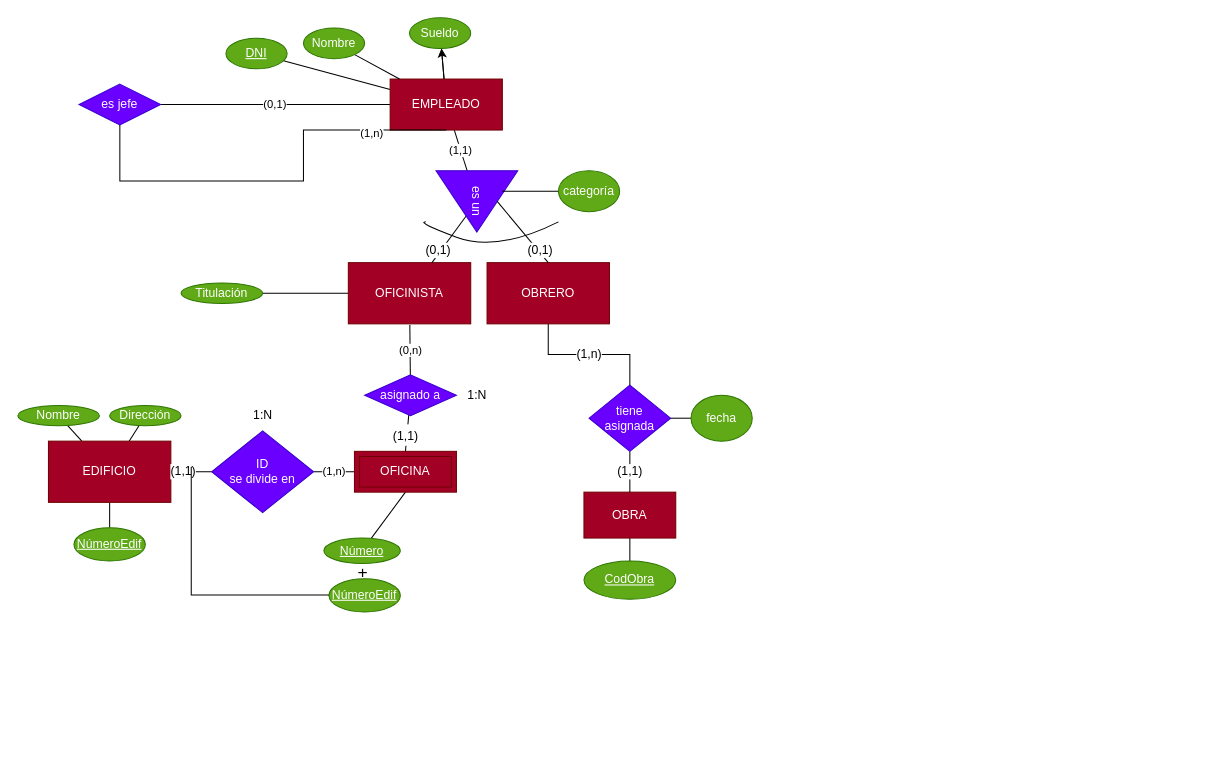
Above: page "Ejercicio 10" (3 of 3) of Ejercicio8-9-10.drawio in antonionavarro04/diagramas (draw.io), before the change. Source tidied: cells renumbered, new cells numbered last; positions are measured from the earlier drawing's top-left corner, leaving out a move shared by most shapes. Both pictures are drawn from the tidied source at 102%, with x=0, y=0 at pixel (17, 17).
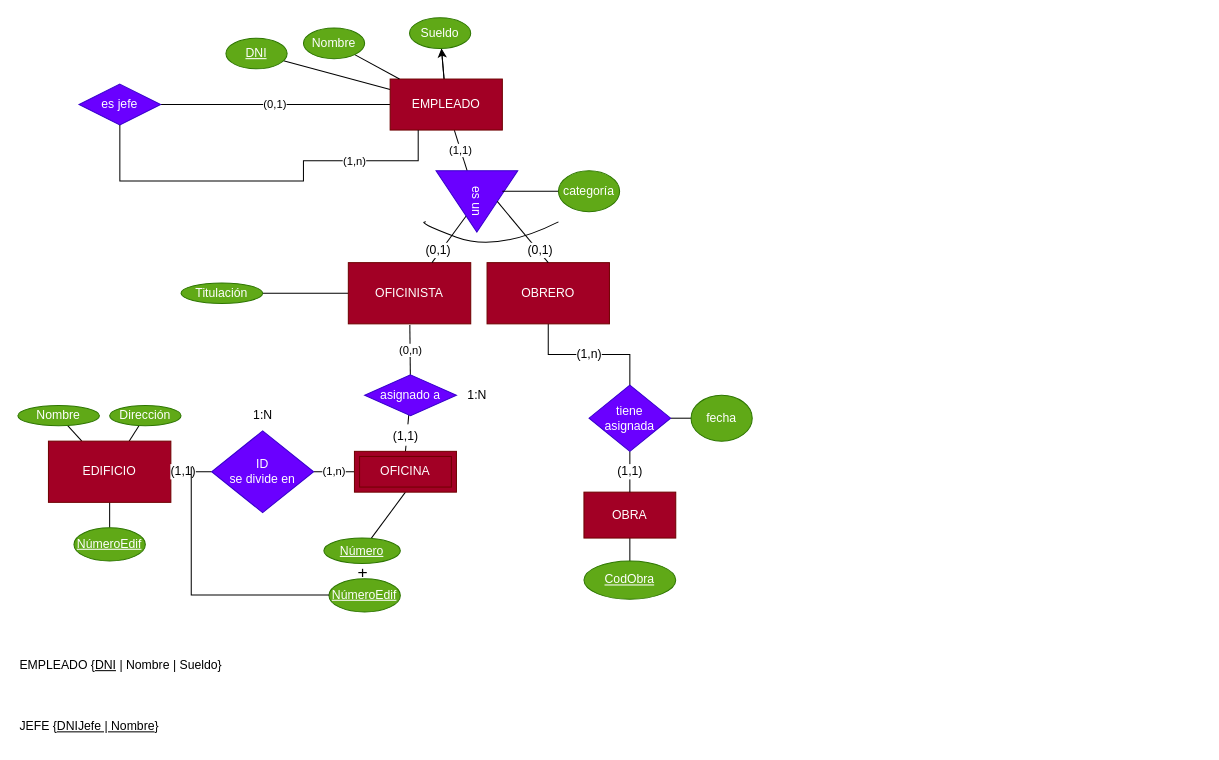
Above is the later version.

Unchanged cells that the change refers to:
```xml
<mxCell id="7" value="EMPLEADO" style="rounded=0;whiteSpace=wrap;html=1;fillColor=#a20025;fontColor=#ffffff;strokeColor=#6F0000;" parent="1" vertex="1">
  <mxGeometry x="365" y="60" width="110" height="50" as="geometry" />
</mxCell>
<mxCell id="27" value="es jefe" style="rhombus;whiteSpace=wrap;html=1;fillColor=#6a00ff;fontColor=#ffffff;strokeColor=#3700CC;" parent="1" vertex="1">
  <mxGeometry x="60" y="65" width="80" height="40" as="geometry" />
</mxCell>
```

The edit, as a diff of the source:
```diff
@@
-    <mxCell id="28" style="endArrow=none;html=1;rounded=0;entryX=0.5;entryY=1;entryDx=0;entryDy=0;exitX=0.5;exitY=1;exitDx=0;exitDy=0;edgeStyle=orthogonalEdgeStyle;" parent="1" edge="1" source="7" target="27">
+    <mxCell id="28" style="endArrow=none;html=1;rounded=0;entryX=0.5;entryY=1;entryDx=0;entryDy=0;exitX=0.25;exitY=1;exitDx=0;exitDy=0;edgeStyle=orthogonalEdgeStyle;" parent="1" edge="1" source="7" target="27">
       <mxGeometry relative="1" as="geometry">
         <Array as="points">
-          <mxPoint x="280" y="110" />
+          <mxPoint x="393" y="140" />
+          <mxPoint x="280" y="140" />
           <mxPoint x="280" y="160" />
           <mxPoint x="100" y="160" />
         </Array>
       </mxGeometry>
     </mxCell>
     <mxCell id="29" value="(1,n)" style="edgeLabel;html=1;align=center;verticalAlign=middle;" parent="28" vertex="1">
-      <mxGeometry x="-0.65" y="2" relative="1" as="geometry" />
+      <mxGeometry x="-0.65" y="2" relative="1" as="geometry">
+        <mxPoint x="-23" y="-2" as="offset" />
+      </mxGeometry>
     </mxCell>
@@
+    <mxCell id="58" value="EMPLEADO {&lt;u&gt;DNI&lt;/u&gt;&amp;nbsp;| Nombre | Sueldo}" style="text;html=1;strokeColor=none;fillColor=none;align=left;verticalAlign=middle;whiteSpace=wrap;rounded=0;" parent="1" vertex="1">
+      <mxGeometry y="620" width="1160" height="30" as="geometry" />
+    </mxCell>
+    <mxCell id="59" value="JEFE {&lt;u&gt;DNIJefe | Nombre&lt;/u&gt;}" style="text;html=1;strokeColor=none;fillColor=none;align=left;verticalAlign=middle;whiteSpace=wrap;rounded=0;" parent="1" vertex="1">
+      <mxGeometry y="680" width="1160" height="30" as="geometry" />
+    </mxCell>
```
